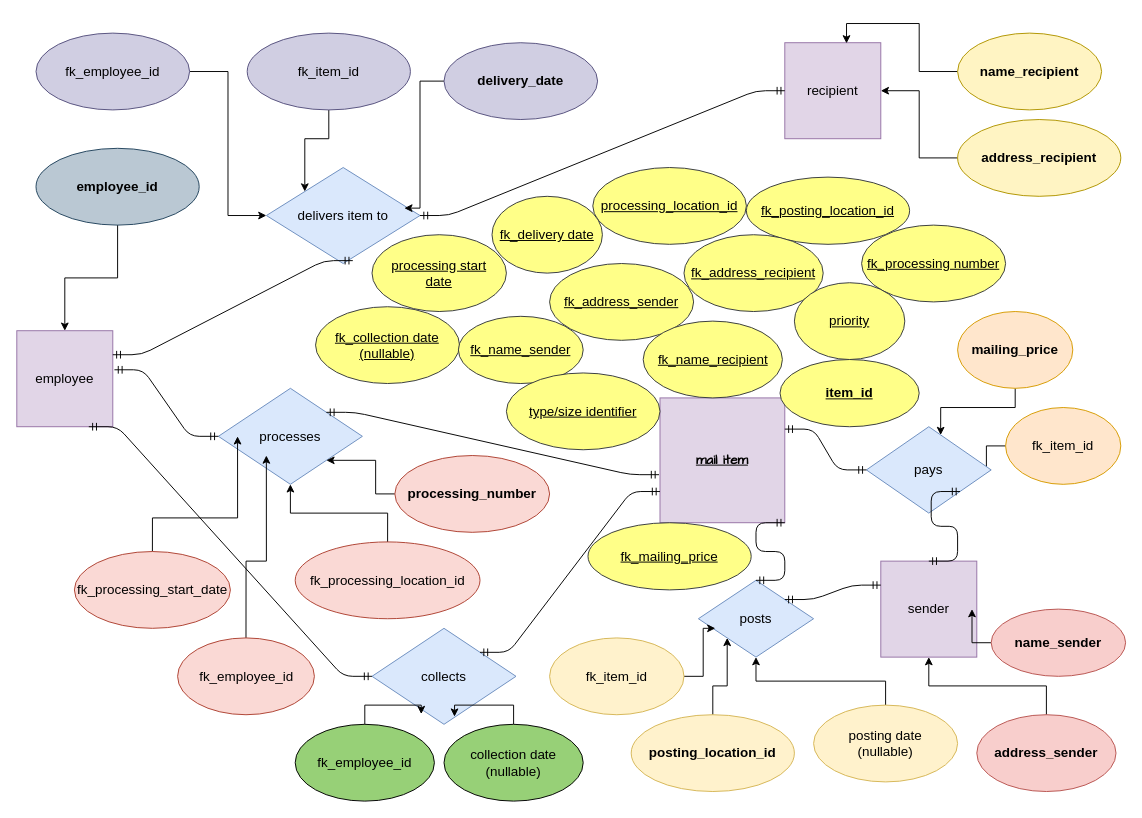
Above: database_development_CR09/ERdiagram_CR09.drawio in Carina20/CFLMS-Carina-CodeReview-09 (draw.io), before the change. Source tidied: cells renumbered, new cells numbered last; positions are measured from the earlier drawing's top-left corner, leaving out a move shared by most shapes. Both pictures are drawn from the tidied source at 96%, with x=0, y=0 at pixel (16, 33).
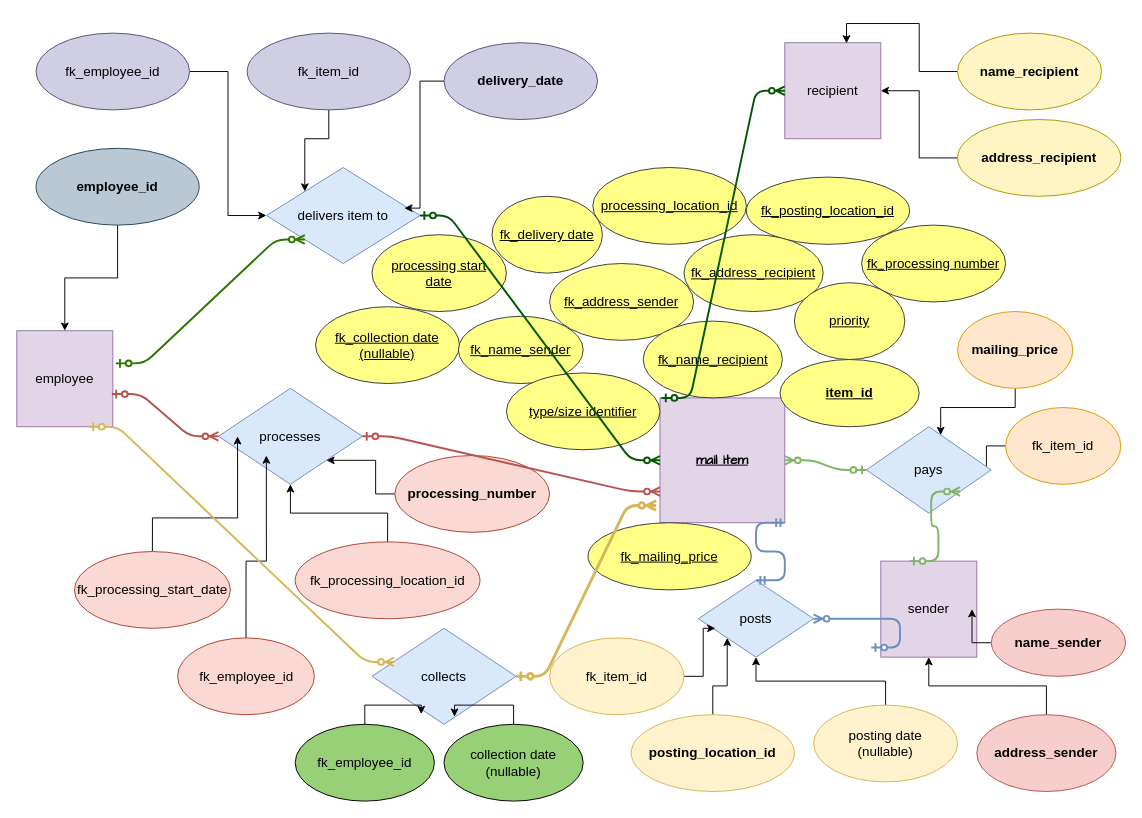
After the change.

The change refers to these unchanged cells:
```xml
<mxCell id="2" value="mail item" style="whiteSpace=wrap;html=1;fontSize=14;fillColor=#e1d5e7;strokeColor=#9673a6;fontFamily=Comic Sans MS;fontStyle=5;" parent="1" vertex="1">
  <mxGeometry x="670" y="380" width="130" height="130" as="geometry" />
</mxCell>
<mxCell id="3" value="employee" style="whiteSpace=wrap;html=1;fontSize=14;fillColor=#e1d5e7;strokeColor=#9673a6;" parent="1" vertex="1">
  <mxGeometry y="310" width="100" height="100" as="geometry" />
</mxCell>
<mxCell id="4" value="sender" style="whiteSpace=wrap;html=1;fontSize=14;fillColor=#e1d5e7;strokeColor=#9673a6;" parent="1" vertex="1">
  <mxGeometry x="900" y="550" width="100" height="100" as="geometry" />
</mxCell>
<mxCell id="5" value="recipient" style="whiteSpace=wrap;html=1;fontSize=14;fillColor=#e1d5e7;strokeColor=#9673a6;" parent="1" vertex="1">
  <mxGeometry x="800" y="10" width="100" height="100" as="geometry" />
</mxCell>
<mxCell id="16" value="pays" style="rhombus;whiteSpace=wrap;html=1;fontSize=14;fillColor=#dae8fc;strokeColor=#6c8ebf;" parent="1" vertex="1">
  <mxGeometry x="885" y="410" width="130" height="90" as="geometry" />
</mxCell>
<mxCell id="17" value="posts" style="rhombus;whiteSpace=wrap;html=1;fontSize=14;fillColor=#dae8fc;strokeColor=#6c8ebf;" parent="1" vertex="1">
  <mxGeometry x="710" y="570" width="120" height="80" as="geometry" />
</mxCell>
<mxCell id="18" value="processes" style="rhombus;whiteSpace=wrap;html=1;fontSize=14;fillColor=#dae8fc;strokeColor=#6c8ebf;" parent="1" vertex="1">
  <mxGeometry x="210" y="370" width="150" height="100" as="geometry" />
</mxCell>
<mxCell id="19" value="delivers item to" style="rhombus;whiteSpace=wrap;html=1;fontSize=14;fillColor=#dae8fc;strokeColor=#6c8ebf;" parent="1" vertex="1">
  <mxGeometry x="260" y="140" width="160" height="100" as="geometry" />
</mxCell>
<mxCell id="28" value="collects" style="rhombus;whiteSpace=wrap;html=1;fontSize=14;fillColor=#dae8fc;strokeColor=#6c8ebf;" parent="1" vertex="1">
  <mxGeometry x="370" y="620" width="150" height="100" as="geometry" />
</mxCell>
```

Diff of the diagram source:
```diff
@@
-    <mxCell id="20" style="edgeStyle=entityRelationEdgeStyle;fontSize=12;html=1;endArrow=ERmandOne;startArrow=ERmandOne;exitX=1;exitY=0.25;exitDx=0;exitDy=0;" parent="1" edge="1" source="3">
-      <mxGeometry relative="1" as="geometry">
-        <mxPoint x="350" y="237" as="targetPoint" />
-      </mxGeometry>
-    </mxCell>
-    <mxCell id="21" style="edgeStyle=entityRelationEdgeStyle;fontSize=12;html=1;endArrow=ERmandOne;startArrow=ERmandOne;entryX=0;entryY=0.5;entryDx=0;entryDy=0;" parent="1" edge="1" source="19" target="5">
-      <mxGeometry relative="1" as="geometry" />
-    </mxCell>
-    <mxCell id="22" style="edgeStyle=entityRelationEdgeStyle;fontSize=12;html=1;endArrow=ERmandOne;startArrow=ERmandOne;entryX=0.5;entryY=0;entryDx=0;entryDy=0;exitX=1;exitY=1;exitDx=0;exitDy=0;" parent="1" edge="1" source="16" target="4">
-      <mxGeometry relative="1" as="geometry" />
-    </mxCell>
-    <mxCell id="23" style="edgeStyle=entityRelationEdgeStyle;fontSize=12;html=1;endArrow=ERmandOne;startArrow=ERmandOne;exitX=1;exitY=0.25;exitDx=0;exitDy=0;" parent="1" edge="1" source="2" target="16">
-      <mxGeometry relative="1" as="geometry" />
-    </mxCell>
-    <mxCell id="24" style="edgeStyle=entityRelationEdgeStyle;fontSize=12;html=1;endArrow=ERmandOne;startArrow=ERmandOne;exitX=1;exitY=0;exitDx=0;exitDy=0;entryX=0;entryY=0.25;entryDx=0;entryDy=0;" parent="1" edge="1" source="17" target="4">
-      <mxGeometry relative="1" as="geometry" />
-    </mxCell>
-    <mxCell id="25" style="edgeStyle=entityRelationEdgeStyle;fontSize=12;html=1;endArrow=ERmandOne;startArrow=ERmandOne;entryX=1;entryY=1;entryDx=0;entryDy=0;exitX=0.5;exitY=0;exitDx=0;exitDy=0;" parent="1" edge="1" source="17" target="2">
+    <mxCell id="25" style="edgeStyle=entityRelationEdgeStyle;fontSize=12;html=1;endArrow=ERmandOne;startArrow=ERmandOne;entryX=1;entryY=1;entryDx=0;entryDy=0;exitX=0.5;exitY=0;exitDx=0;exitDy=0;fillColor=#dae8fc;strokeColor=#6c8ebf;strokeWidth=2;" parent="1" edge="1" source="17" target="2">
       <mxGeometry relative="1" as="geometry" />
     </mxCell>
-    <mxCell id="26" style="edgeStyle=entityRelationEdgeStyle;fontSize=12;html=1;endArrow=ERmandOne;startArrow=ERmandOne;exitX=1;exitY=0;exitDx=0;exitDy=0;entryX=-0.008;entryY=0.615;entryDx=0;entryDy=0;entryPerimeter=0;" parent="1" edge="1" source="18" target="2">
-      <mxGeometry relative="1" as="geometry" />
-    </mxCell>
-    <mxCell id="27" style="edgeStyle=entityRelationEdgeStyle;fontSize=12;html=1;endArrow=ERmandOne;startArrow=ERmandOne;exitX=1.017;exitY=0.407;exitDx=0;exitDy=0;exitPerimeter=0;" parent="1" edge="1" source="3" target="18">
-      <mxGeometry relative="1" as="geometry" />
-    </mxCell>
@@
-    <mxCell id="29" style="edgeStyle=entityRelationEdgeStyle;fontSize=12;html=1;endArrow=ERmandOne;startArrow=ERmandOne;exitX=0.75;exitY=1;exitDx=0;exitDy=0;" parent="1" edge="1" source="3" target="28">
-      <mxGeometry relative="1" as="geometry" />
-    </mxCell>
-    <mxCell id="30" style="edgeStyle=entityRelationEdgeStyle;fontSize=12;html=1;endArrow=ERmandOne;startArrow=ERmandOne;exitX=1;exitY=0;exitDx=0;exitDy=0;entryX=0;entryY=0.75;entryDx=0;entryDy=0;" parent="1" edge="1" source="28" target="2">
-      <mxGeometry relative="1" as="geometry" />
-    </mxCell>
@@
+    <mxCell id="73" style="edgeStyle=entityRelationEdgeStyle;fontSize=12;html=1;endArrow=ERzeroToMany;startArrow=ERzeroToOne;entryX=1;entryY=1;entryDx=0;entryDy=0;fillColor=#d5e8d4;strokeColor=#82b366;strokeWidth=2;" parent="1" edge="1" target="16">
+      <mxGeometry relative="1" as="geometry">
+        <mxPoint x="930" y="550" as="sourcePoint" />
+      </mxGeometry>
+    </mxCell>
+    <mxCell id="74" style="edgeStyle=entityRelationEdgeStyle;fontSize=12;html=1;endArrow=ERzeroToMany;startArrow=ERzeroToOne;exitX=0;exitY=0.5;exitDx=0;exitDy=0;fillColor=#d5e8d4;strokeColor=#82b366;strokeWidth=2;" parent="1" edge="1" source="16" target="2">
+      <mxGeometry relative="1" as="geometry" />
+    </mxCell>
+    <mxCell id="75" style="edgeStyle=entityRelationEdgeStyle;fontSize=12;html=1;endArrow=ERzeroToMany;startArrow=ERzeroToOne;fillColor=#dae8fc;strokeColor=#6c8ebf;strokeWidth=2;" parent="1" edge="1" target="17">
+      <mxGeometry relative="1" as="geometry">
+        <mxPoint x="890" y="640" as="sourcePoint" />
+      </mxGeometry>
+    </mxCell>
+    <mxCell id="27" style="edgeStyle=entityRelationEdgeStyle;fontSize=12;html=1;endArrow=ERzeroToMany;startArrow=ERzeroToOne;exitX=0.99;exitY=0.66;exitDx=0;exitDy=0;exitPerimeter=0;fillColor=#f8cecc;strokeColor=#b85450;strokeWidth=2;" parent="1" edge="1" source="3" target="18">
+      <mxGeometry relative="1" as="geometry" />
+    </mxCell>
+    <mxCell id="29" style="edgeStyle=entityRelationEdgeStyle;fontSize=12;html=1;endArrow=ERzeroToMany;startArrow=ERzeroToOne;entryX=0.153;entryY=0.35;entryDx=0;entryDy=0;entryPerimeter=0;exitX=0.75;exitY=1;exitDx=0;exitDy=0;fillColor=#fff2cc;strokeColor=#d6b656;strokeWidth=2;" parent="1" edge="1" source="3" target="28">
+      <mxGeometry relative="1" as="geometry" />
+    </mxCell>
+    <mxCell id="76" style="edgeStyle=entityRelationEdgeStyle;fontSize=12;html=1;endArrow=ERzeroToMany;startArrow=ERzeroToOne;entryX=0;entryY=1;entryDx=0;entryDy=0;exitX=1.03;exitY=0.34;exitDx=0;exitDy=0;exitPerimeter=0;fillColor=#60a917;strokeColor=#2D7600;strokeWidth=2;" parent="1" edge="1" source="3" target="19">
+      <mxGeometry relative="1" as="geometry" />
+    </mxCell>
+    <mxCell id="77" style="edgeStyle=entityRelationEdgeStyle;fontSize=12;html=1;endArrow=ERzeroToMany;startArrow=ERzeroToOne;exitX=1;exitY=0.5;exitDx=0;exitDy=0;fillColor=#008a00;strokeColor=#005700;strokeWidth=2;" parent="1" edge="1" source="19" target="2">
+      <mxGeometry relative="1" as="geometry" />
+    </mxCell>
+    <mxCell id="78" style="edgeStyle=entityRelationEdgeStyle;fontSize=12;html=1;endArrow=ERzeroToMany;startArrow=ERzeroToOne;exitX=1.03;exitY=0.34;exitDx=0;exitDy=0;exitPerimeter=0;fillColor=#008a00;strokeColor=#005700;strokeWidth=2;" parent="1" edge="1" target="5">
+      <mxGeometry relative="1" as="geometry">
+        <mxPoint x="671.5" y="380" as="sourcePoint" />
+      </mxGeometry>
+    </mxCell>
+    <mxCell id="30" style="edgeStyle=entityRelationEdgeStyle;fontSize=12;html=1;endArrow=ERzeroToMany;startArrow=ERzeroToOne;entryX=-0.031;entryY=0.862;entryDx=0;entryDy=0;entryPerimeter=0;fillColor=#fff2cc;strokeColor=#d6b656;strokeWidth=3;" parent="1" edge="1" source="28" target="2">
+      <mxGeometry relative="1" as="geometry" />
+    </mxCell>
+    <mxCell id="26" style="edgeStyle=entityRelationEdgeStyle;fontSize=12;html=1;endArrow=ERzeroToMany;startArrow=ERzeroToOne;entryX=0;entryY=0.75;entryDx=0;entryDy=0;exitX=1;exitY=0.5;exitDx=0;exitDy=0;fillColor=#f8cecc;strokeColor=#b85450;strokeWidth=2;" parent="1" edge="1" source="18" target="2">
+      <mxGeometry relative="1" as="geometry" />
+    </mxCell>
```
